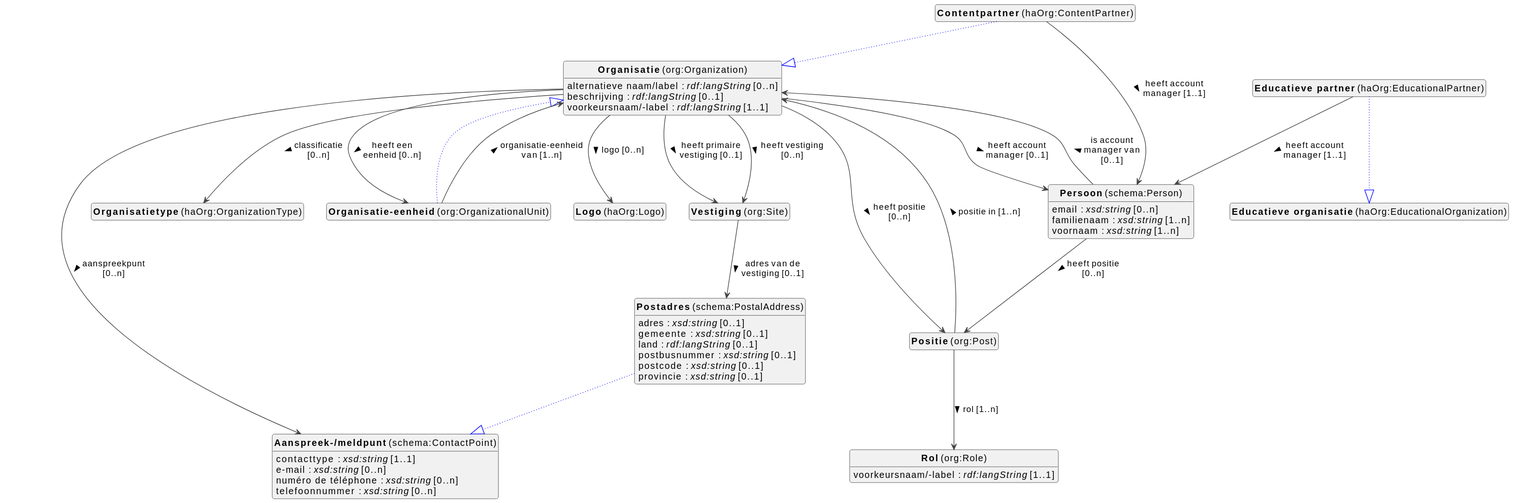
viaacode/documentation-jekyll keeps this PlantUML diagram as docs/metadata/knowledge-graph/0.0.1/organization/nl/organization-diagram.svg. Above is the earlier version.
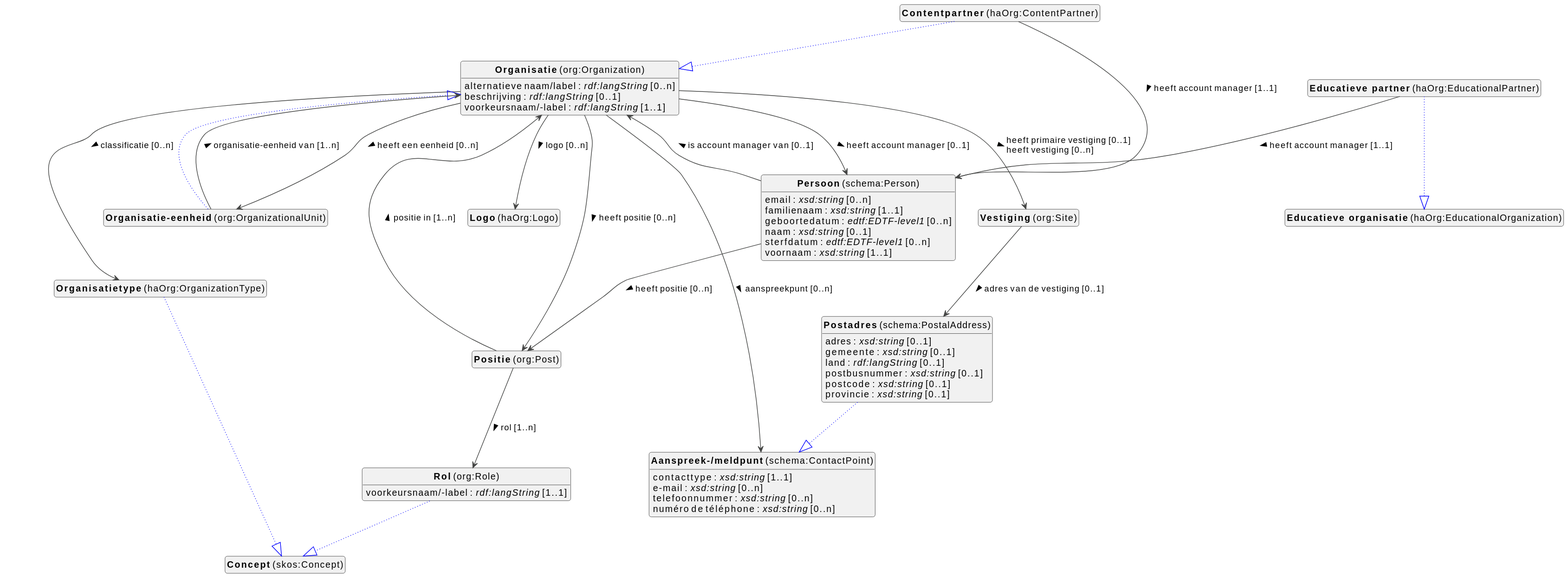
The same diagram one commit later.

The edit, as a diff of the source:
```diff
@@ -3,7 +3,8 @@
 skinparam classFontSize 14
 !define LIGHTORANGE
 skinparam componentStyle uml2
-skinparam wrapMessageWidth 100
+skinparam wrapMessageWidth 1000
+skinparam wrapWidth 1000
 skinparam shadowing false
 skinparam ArrowMessageAlignment left
 
@@ -18,104 +19,84 @@
 class "<b>Vestiging</b> (org:Site)" as org_Site [[#org%3ASite]]
 class "<b>Positie</b> (org:Post)" as org_Post [[#org%3APost]]
 class "<b>Rol</b> (org:Role)" as org_Role [[#org%3ARole]]
+class "<b>Concept</b> (skos:Concept)" as skos_Concept [[#skos%3AConcept]]
 class "<b>Persoon</b> (schema:Person)" as schema_Person [[#schema%3APerson]]
 class "<b>Postadres</b> (schema:PostalAddress)" as schema_PostalAddress [[#schema%3APostalAddress]]
 class "<b>Aanspreek-/meldpunt</b> (schema:ContactPoint)" as schema_ContactPoint [[#schema%3AContactPoint]]
 class "<b>Aanspreek-/meldpunt</b> (schema:ContactPoint)" as schema_ContactPoint [[#schema%3AContactPoint]]
 class "<b>Organisatietype</b> (haOrg:OrganizationType)" as haOrg_OrganizationType [[#haOrg%3AOrganizationType]]
+class "<b>Concept</b> (skos:Concept)" as skos_Concept [[#skos%3AConcept]]
 class "<b>Logo</b> (haOrg:Logo)" as haOrg_Logo [[#haOrg%3ALogo]]
 
 
-
-org_Organization --> schema_ContactPoint : aanspreekpunt [0..n] >
 org_Organization : alternatieve naam/label : <i>rdf:langString</i> [0..n]
-
 org_Organization : beschrijving : <i>rdf:langString</i> [0..1]
-
-
-org_Organization --> haOrg_OrganizationType : classificatie [0..n] >
-
-org_Organization --> schema_Person : heeft account manager [0..1] >
-
-org_Organization --> org_OrganizationalUnit : heeft een eenheid [0..n] >
-
-org_Organization --> org_Post : heeft positie [0..n] >
-
-org_Organization --> org_Site : heeft primaire vestiging [0..1] >
-
-org_Organization --> org_Site : heeft vestiging [0..n] >
-
-
-org_Organization --> haOrg_Logo : logo [0..n] >
 org_Organization : voorkeursnaam/-label : <i>rdf:langString</i> [1..1]
 
+org_Organization --> haOrg_Logo :logo [0..n]  >
+org_Organization --> haOrg_OrganizationType :classificatie [0..n]  >
+org_Organization --> org_OrganizationalUnit :heeft een eenheid [0..n]  >
+org_Organization --> org_Post :heeft positie [0..n]  >
+org_Organization --> org_Site :heeft primaire vestiging [0..1]  \lheeft vestiging [0..n]  >
+
+org_Organization --> schema_ContactPoint :aanspreekpunt [0..n]  >
+org_Organization --> schema_Person :heeft account manager [0..1]  >
 
 org_OrganizationalUnit --|> org_Organization #blue;line.dotted;text:blue
 
-
-org_OrganizationalUnit --> org_Organization : organisatie-eenheid van [1..n] >
+org_OrganizationalUnit --> org_Organization :organisatie-eenheid van [1..n]  >
 
 haOrg_ContentPartner --|> org_Organization #blue;line.dotted;text:blue
 
-
-haOrg_ContentPartner --> schema_Person : heeft account manager [1..1] >
+haOrg_ContentPartner --> schema_Person :heeft account manager [1..1]  >
 
 haOrg_EducationalPartner --|> haOrg_EducationalOrganization #blue;line.dotted;text:blue
 
-
-haOrg_EducationalPartner --> schema_Person : heeft account manager [1..1] >
+haOrg_EducationalPartner --> schema_Person :heeft account manager [1..1]  >
 
 
-
-org_Site --> schema_PostalAddress : adres van de vestiging [0..1] >
+org_Site --> schema_PostalAddress :adres van de vestiging [0..1]  >
 
 
+org_Post --> org_Organization :positie in [1..n]  >
+org_Post --> org_Role :rol [1..n]  >
 
-org_Post --> org_Organization : positie in [1..n] >
-
-org_Post --> org_Role : rol [1..n] >
-
+org_Role --|> skos_Concept #blue;line.dotted;text:blue
 
 org_Role : voorkeursnaam/-label : <i>rdf:langString</i> [1..1]
 
 
 
 schema_Person : email : <i>xsd:string</i> [0..n]
+schema_Person : familienaam : <i>xsd:string</i> [1..1]
+schema_Person : geboortedatum : <i>edtf:EDTF-level1</i> [0..n]
+schema_Person : naam : <i>xsd:string</i> [0..1]
+schema_Person : sterfdatum : <i>edtf:EDTF-level1</i> [0..n]
+schema_Person : voornaam : <i>xsd:string</i> [1..1]
 
-schema_Person : familienaam : <i>xsd:string</i> [1..n]
-
-
-schema_Person --> org_Post : heeft positie [0..n] >
-
-schema_Person --> org_Organization : is account manager van [0..1] >
-schema_Person : voornaam : <i>xsd:string</i> [1..n]
+schema_Person --> org_Organization :is account manager van [0..1]  >
+schema_Person --> org_Post :heeft positie [0..n]  >
 
 
 schema_PostalAddress --|> schema_ContactPoint #blue;line.dotted;text:blue
 
 schema_PostalAddress : adres : <i>xsd:string</i> [0..1]
-
 schema_PostalAddress : gemeente : <i>xsd:string</i> [0..1]
-
 schema_PostalAddress : land : <i>rdf:langString</i> [0..1]
-
 schema_PostalAddress : postbusnummer : <i>xsd:string</i> [0..1]
-
 schema_PostalAddress : postcode : <i>xsd:string</i> [0..1]
-
 schema_PostalAddress : provincie : <i>xsd:string</i> [0..1]
 
 
 
+
 schema_ContactPoint : contacttype : <i>xsd:string</i> [1..1]
-
 schema_ContactPoint : e-mail : <i>xsd:string</i> [0..n]
-
+schema_ContactPoint : telefoonnummer : <i>xsd:string</i> [0..n]
 schema_ContactPoint : numéro de téléphone : <i>xsd:string</i> [0..n]
 
-schema_ContactPoint : telefoonnummer : <i>xsd:string</i> [0..n]
 
-
+haOrg_OrganizationType --|> skos_Concept #blue;line.dotted;text:blue
 
 
 
```
